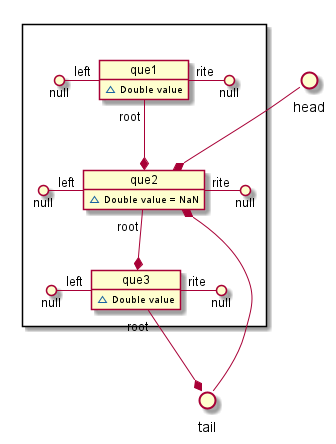
Earlier version of the PlantUML export src/docs/UML/reorderScheme/static/_03_queue.png (vitalispopoff/calculator).
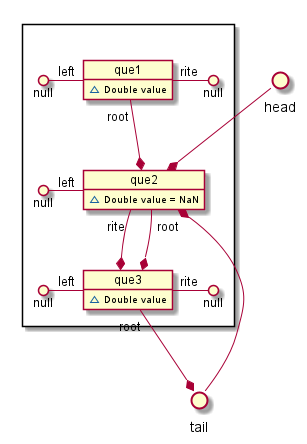
The same diagram one commit later.

The edit, as a diff of the source:
```diff
@@ -18,7 +18,7 @@
         ~ Double value = NaN
     }
         null ()- "left" que2
-        que2 "rite" -() null
+        que2 "rite" --* que3
         que2 "root" --* que3
         que2 *-- tail
 
```
